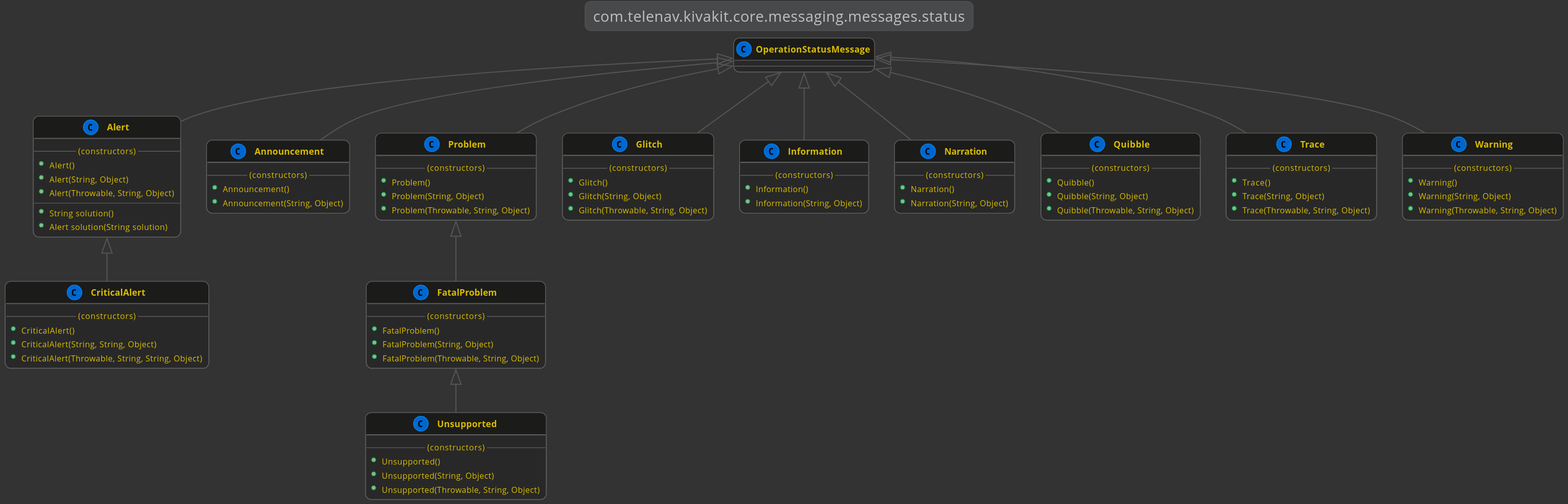
Telenav/kivakit-assets keeps this PlantUML diagram as docs/1.15.0/lexakai/kivakit-core/documentation/diagrams/com.telenav.kivakit.core.messaging.messages.status.svg. Above is the earlier version. Source of this version:
```plantuml
@startuml

    !include lexakai.theme

    title "com.telenav.kivakit.core.messaging.messages.status"

    OperationStatusMessage <|-- Alert
    class Alert
    {
        --(constructors)--
        +Alert()
        +Alert(String, Object)
        +Alert(Throwable, String, Object)
        --
        +String solution()
        +Alert solution(String solution)
    }

    OperationStatusMessage <|-- Announcement
    class Announcement
    {
        --(constructors)--
        +Announcement()
        +Announcement(String, Object)
    }

    Alert <|-- CriticalAlert
    class CriticalAlert
    {
        --(constructors)--
        +CriticalAlert()
        +CriticalAlert(String, String, Object)
        +CriticalAlert(Throwable, String, String, Object)
    }

    Problem <|-- FatalProblem
    class FatalProblem
    {
        --(constructors)--
        +FatalProblem()
        +FatalProblem(String, Object)
        +FatalProblem(Throwable, String, Object)
    }

    OperationStatusMessage <|-- Glitch
    class Glitch
    {
        --(constructors)--
        +Glitch()
        +Glitch(String, Object)
        +Glitch(Throwable, String, Object)
    }

    OperationStatusMessage <|-- Information
    class Information
    {
        --(constructors)--
        +Information()
        +Information(String, Object)
    }

    OperationStatusMessage <|-- Narration
    class Narration
    {
        --(constructors)--
        +Narration()
        +Narration(String, Object)
    }

    OperationStatusMessage <|-- Problem
    class Problem
    {
        --(constructors)--
        +Problem()
        +Problem(String, Object)
        +Problem(Throwable, String, Object)
    }

    OperationStatusMessage <|-- Quibble
    class Quibble
    {
        --(constructors)--
        +Quibble()
        +Quibble(String, Object)
        +Quibble(Throwable, String, Object)
    }

    OperationStatusMessage <|-- Trace
    class Trace
    {
        --(constructors)--
        +Trace()
        +Trace(String, Object)
        +Trace(Throwable, String, Object)
    }

    FatalProblem <|-- Unsupported
    class Unsupported
    {
        --(constructors)--
        +Unsupported()
        +Unsupported(String, Object)
        +Unsupported(Throwable, String, Object)
    }

    OperationStatusMessage <|-- Warning
    class Warning
    {
        --(constructors)--
        +Warning()
        +Warning(String, Object)
        +Warning(Throwable, String, Object)
    }

@enduml
```
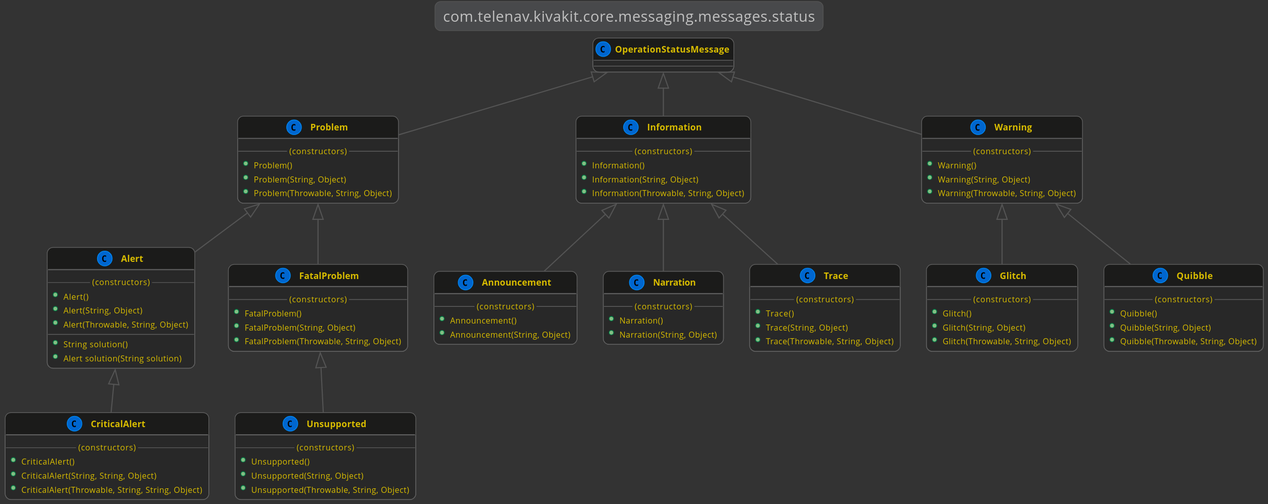
Above is the later version.

What changed in the source:
```diff
@@ -4,7 +4,7 @@
 
     title "com.telenav.kivakit.core.messaging.messages.status"
 
-    OperationStatusMessage <|-- Alert
+    Problem <|-- Alert
     class Alert
     {
         --(constructors)--
@@ -16,7 +16,7 @@
         +Alert solution(String solution)
     }
 
-    OperationStatusMessage <|-- Announcement
+    Information <|-- Announcement
     class Announcement
     {
         --(constructors)--
@@ -42,7 +42,7 @@
         +FatalProblem(Throwable, String, Object)
     }
 
-    OperationStatusMessage <|-- Glitch
+    Warning <|-- Glitch
     class Glitch
     {
         --(constructors)--
@@ -57,9 +57,10 @@
         --(constructors)--
         +Information()
         +Information(String, Object)
+        +Information(Throwable, String, Object)
     }
 
-    OperationStatusMessage <|-- Narration
+    Information <|-- Narration
     class Narration
     {
         --(constructors)--
@@ -76,7 +77,7 @@
         +Problem(Throwable, String, Object)
     }
 
-    OperationStatusMessage <|-- Quibble
+    Warning <|-- Quibble
     class Quibble
     {
         --(constructors)--
@@ -85,7 +86,7 @@
         +Quibble(Throwable, String, Object)
     }
 
-    OperationStatusMessage <|-- Trace
+    Information <|-- Trace
     class Trace
     {
         --(constructors)--
```
